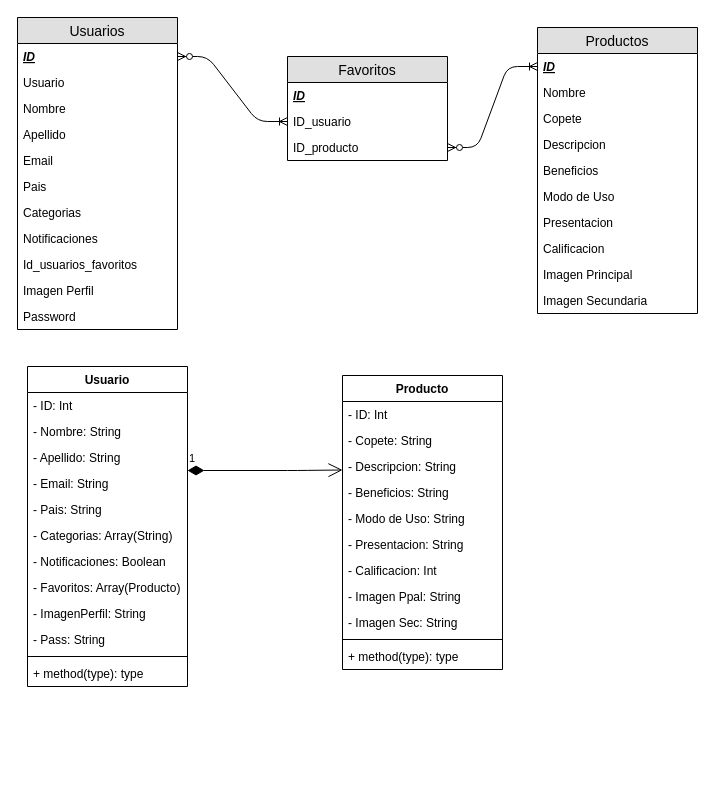
Before: maqueta/Lorem Ipsum DataBase.drawio in TomasMVazquez/lorem_ipsum, a draw.io diagram. Source tidied: cells renumbered, new cells numbered last; positions are measured from the earlier drawing's top-left corner, leaving out a move shared by most shapes. Both pictures are drawn from the tidied source at 100%, with x=0, y=0 at pixel (17, 17).
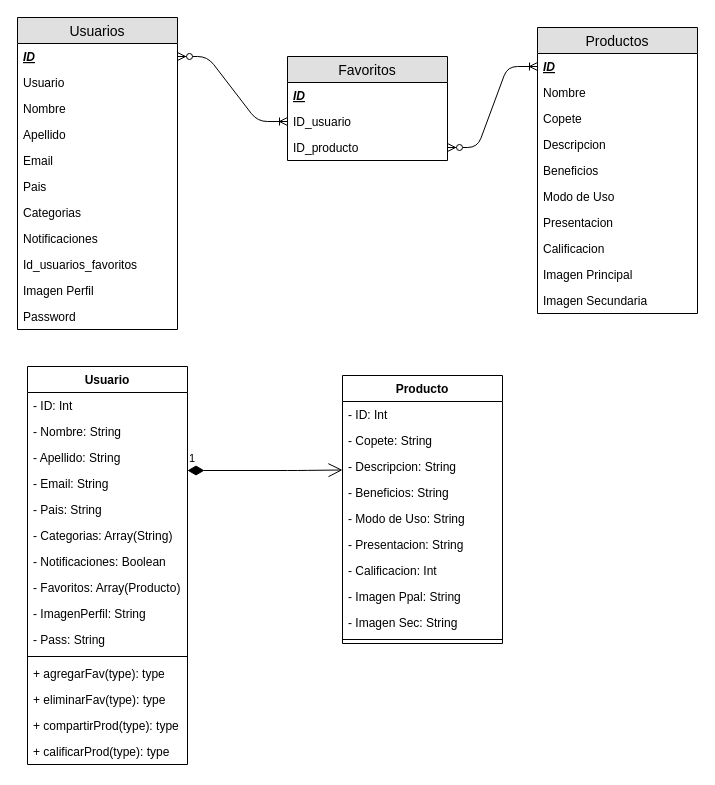
The same page after the edit.

Commit message:
Maqueta UML v.2

What changed in the source:
```diff
@@
     <mxCell id="31" value="Usuario" style="swimlane;fontStyle=1;align=center;verticalAlign=top;horizontal=1;startSize=26;" parent="1" vertex="1">
-      <mxGeometry x="10" y="349" width="160" height="320" as="geometry" />
+      <mxGeometry x="10" y="349" width="160" height="398" as="geometry" />
     </mxCell>
@@
+    <mxCell id="57" value="+ agregarFav(type): type" style="text;strokeColor=none;fillColor=none;align=left;verticalAlign=top;spacingLeft=4;spacingRight=4;overflow=hidden;" parent="31" vertex="1">
+      <mxGeometry y="294" width="160" height="26" as="geometry" />
+    </mxCell>
-    <mxCell id="43" value="+ method(type): type" style="text;strokeColor=none;fillColor=none;align=left;verticalAlign=top;spacingLeft=4;spacingRight=4;overflow=hidden;" parent="31" vertex="1">
-      <mxGeometry y="294" width="160" height="26" as="geometry" />
+    <mxCell id="43" value="+ eliminarFav(type): type" style="text;strokeColor=none;fillColor=none;align=left;verticalAlign=top;spacingLeft=4;spacingRight=4;overflow=hidden;" parent="31" vertex="1">
+      <mxGeometry y="320" width="160" height="26" as="geometry" />
     </mxCell>
+    <mxCell id="58" value="+ compartirProd(type): type" style="text;strokeColor=none;fillColor=none;align=left;verticalAlign=top;spacingLeft=4;spacingRight=4;overflow=hidden;" parent="31" vertex="1">
+      <mxGeometry y="346" width="160" height="26" as="geometry" />
+    </mxCell>
+    <mxCell id="59" value="+ calificarProd(type): type" style="text;strokeColor=none;fillColor=none;align=left;verticalAlign=top;spacingLeft=4;spacingRight=4;overflow=hidden;" parent="31" vertex="1">
+      <mxGeometry y="372" width="160" height="26" as="geometry" />
+    </mxCell>
     <mxCell id="44" value="Producto" style="swimlane;fontStyle=1;align=center;verticalAlign=top;horizontal=1;startSize=26;" parent="1" vertex="1">
-      <mxGeometry x="325" y="358" width="160" height="294" as="geometry" />
+      <mxGeometry x="325" y="358" width="160" height="268" as="geometry" />
     </mxCell>
@@
-    <mxCell id="55" value="+ method(type): type" style="text;strokeColor=none;fillColor=none;align=left;verticalAlign=top;spacingLeft=4;spacingRight=4;overflow=hidden;" parent="44" vertex="1">
-      <mxGeometry y="268" width="160" height="26" as="geometry" />
-    </mxCell>
```
